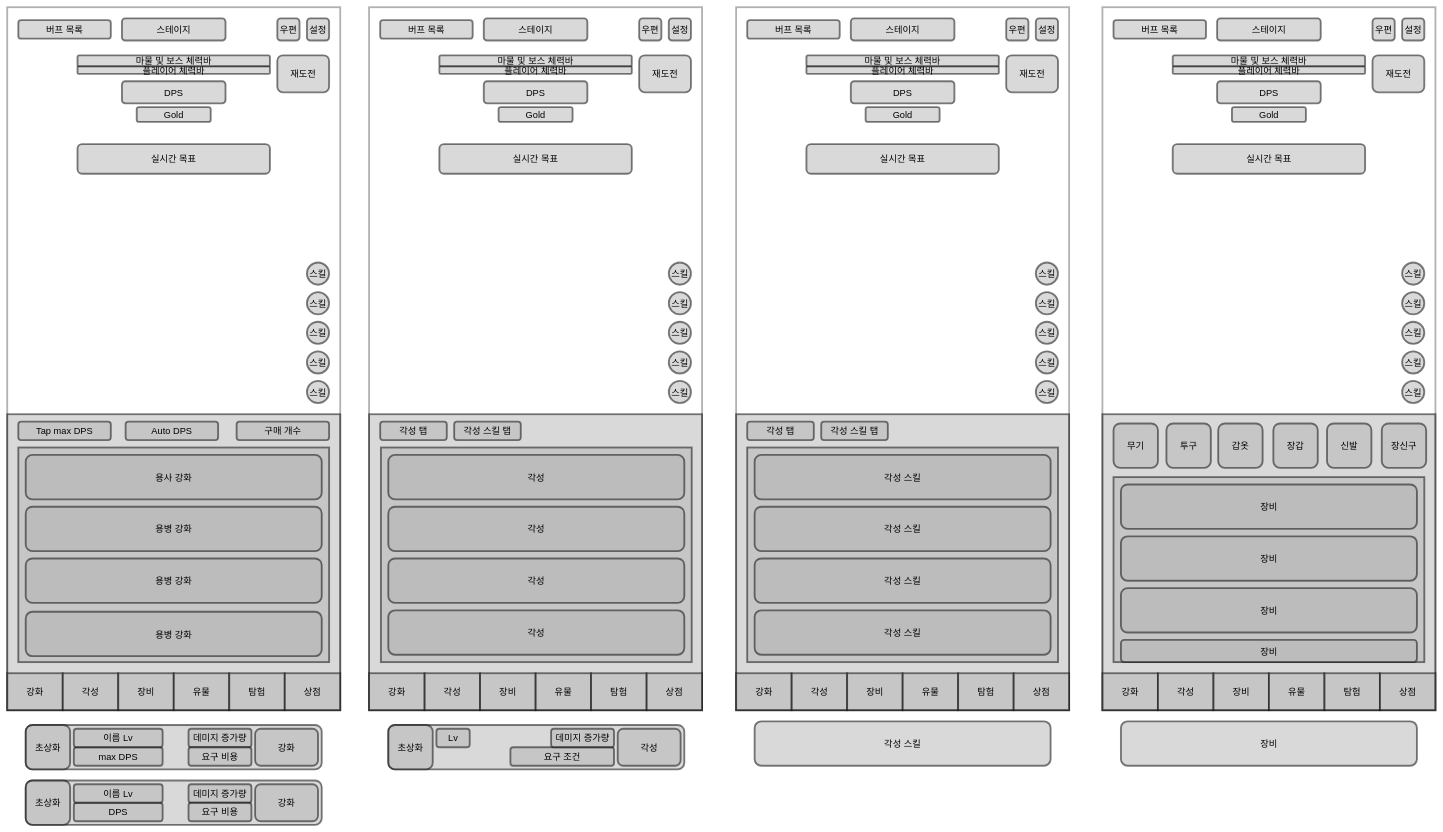
The draw.io diagram Docs/미궁 원정대 - 방치형 RPG.drawio in jinhosung96/Lavyrinth-Expedition, before the edit. Source tidied: cells renumbered, new cells numbered last; positions are measured from the earlier drawing's top-left corner, leaving out a move shared by most shapes. Both pictures are drawn from the tidied source at 37%, with x=0, y=0 at pixel (7, 7).
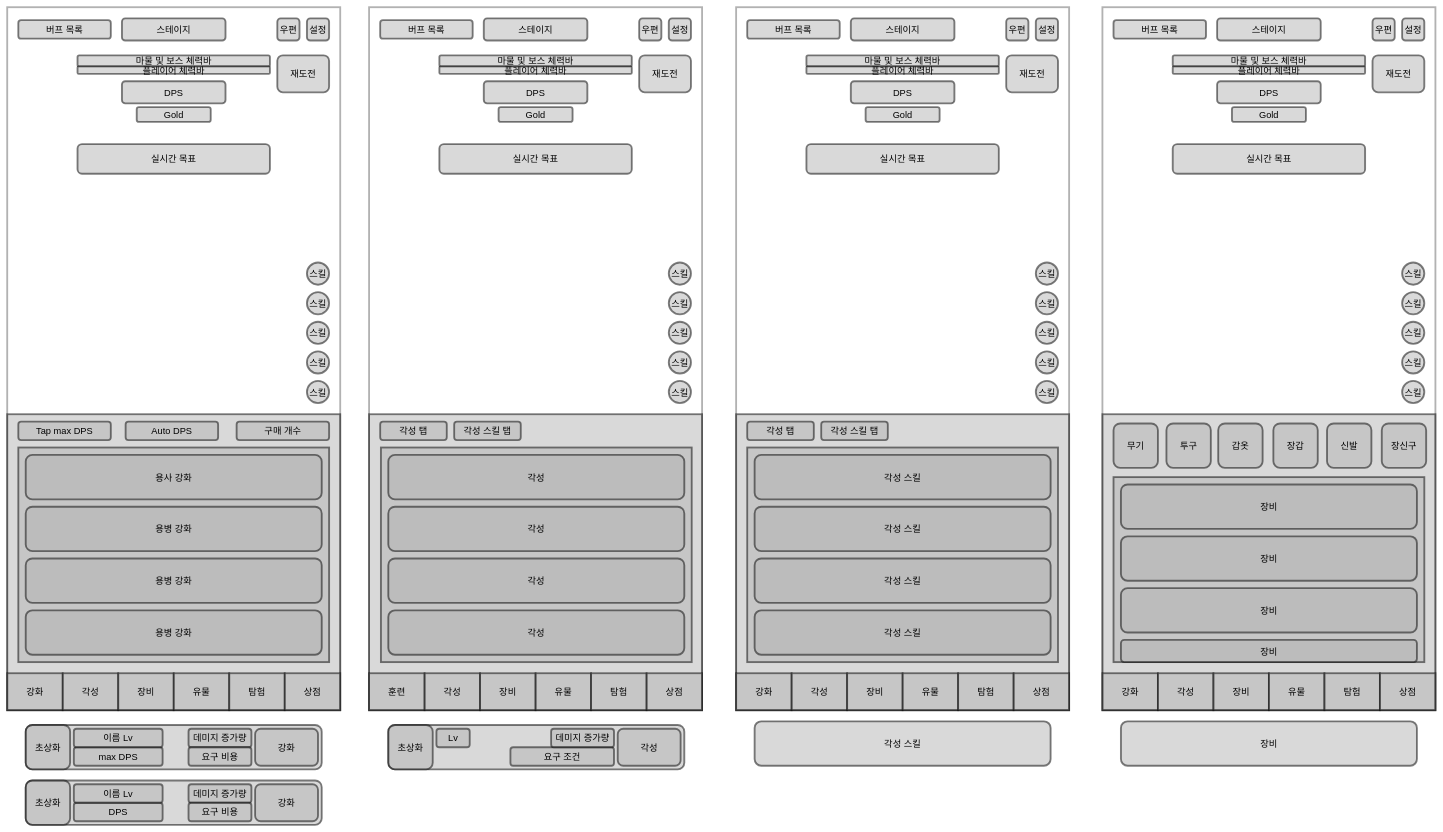
After the change.

Unchanged cells that the change refers to:
```xml
<mxCell id="2" style="group;" parent="1" vertex="1">
  <mxGeometry x="978" width="900" height="1900" as="geometry" />
</mxCell>
```

What changed in the source:
```diff
@@
-    <mxCell id="13" value="강화" style="rounded=0;whiteSpace=wrap;html=1;fontSize=25;strokeWidth=5;fillColor=#B3B3B3;opacity=50;" parent="2" vertex="1">
+    <mxCell id="13" value="훈련" style="rounded=0;whiteSpace=wrap;html=1;fontSize=25;strokeWidth=5;fillColor=#B3B3B3;opacity=50;" parent="2" vertex="1">
       <mxGeometry y="1800" width="150" height="100" as="geometry" />
     </mxCell>
@@
     <mxCell id="57" value="용병 강화" style="rounded=1;whiteSpace=wrap;html=1;strokeWidth=5;fillColor=#B3B3B3;opacity=50;fontSize=25;" parent="1" vertex="1">
-      <mxGeometry x="50" y="1634" width="800" height="120" as="geometry" />
+      <mxGeometry x="50" y="1630" width="800" height="120" as="geometry" />
     </mxCell>
```
